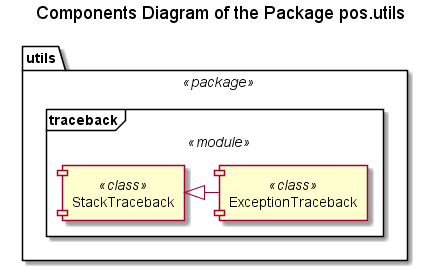
FooBarShebang/pos keeps this PlantUML diagram as Docs/UML/utils/utils Components.png. Above is the earlier version. Its diagram source:
```plantuml
@startuml

title Components Diagram of the Package pos.utils



















package "utils" <<package>> {
    frame "traceback" <<module>> {
        component "StackTraceback" <<class>>

        component "ExceptionTraceback" <<class>>

        StackTraceback <|- ExceptionTraceback
    }
}

@enduml
```
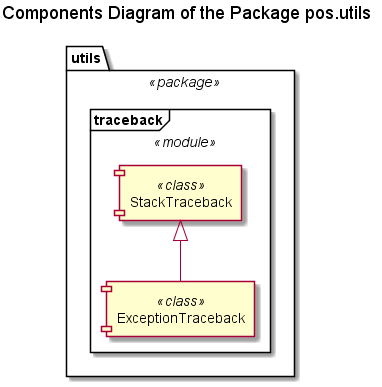
Above is the later version.

What changed in the source:
```diff
@@ -26,7 +26,7 @@
 
         component "ExceptionTraceback" <<class>>
 
-        StackTraceback <|- ExceptionTraceback
+        StackTraceback <|-- ExceptionTraceback
     }
 }
 
```
